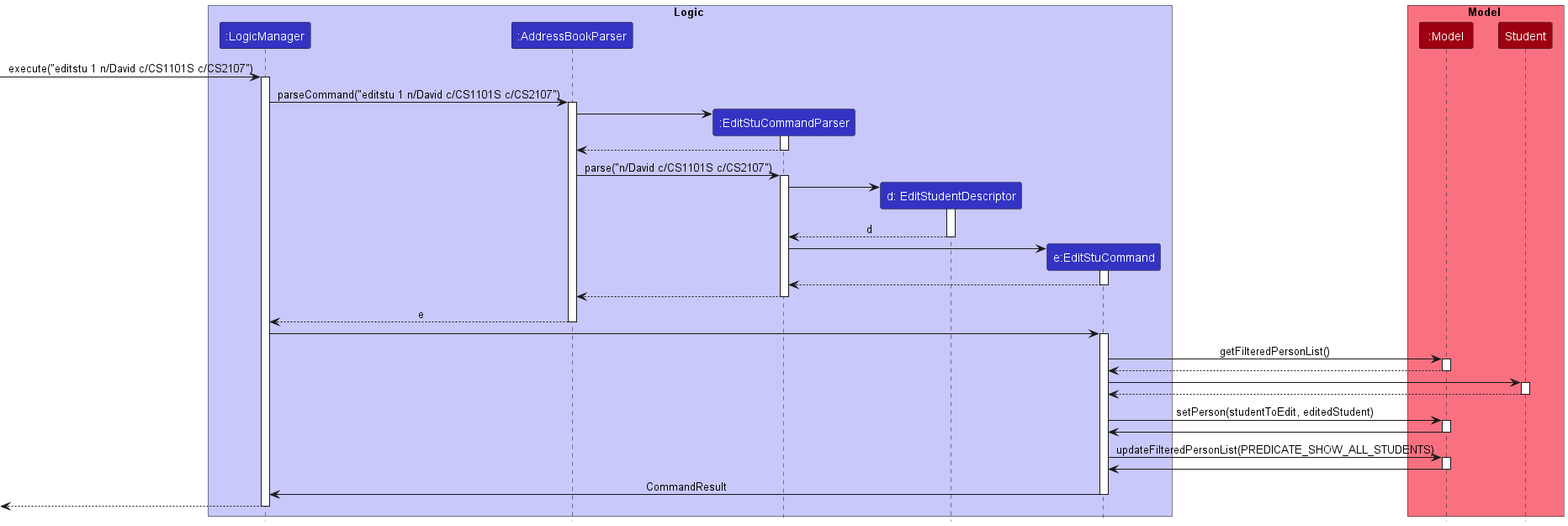
Before: docs/images/EditStuCommandSequenceDiagram.png, a diagram exported from PlantUML (nus-cs2103-AY2223S1/tp).
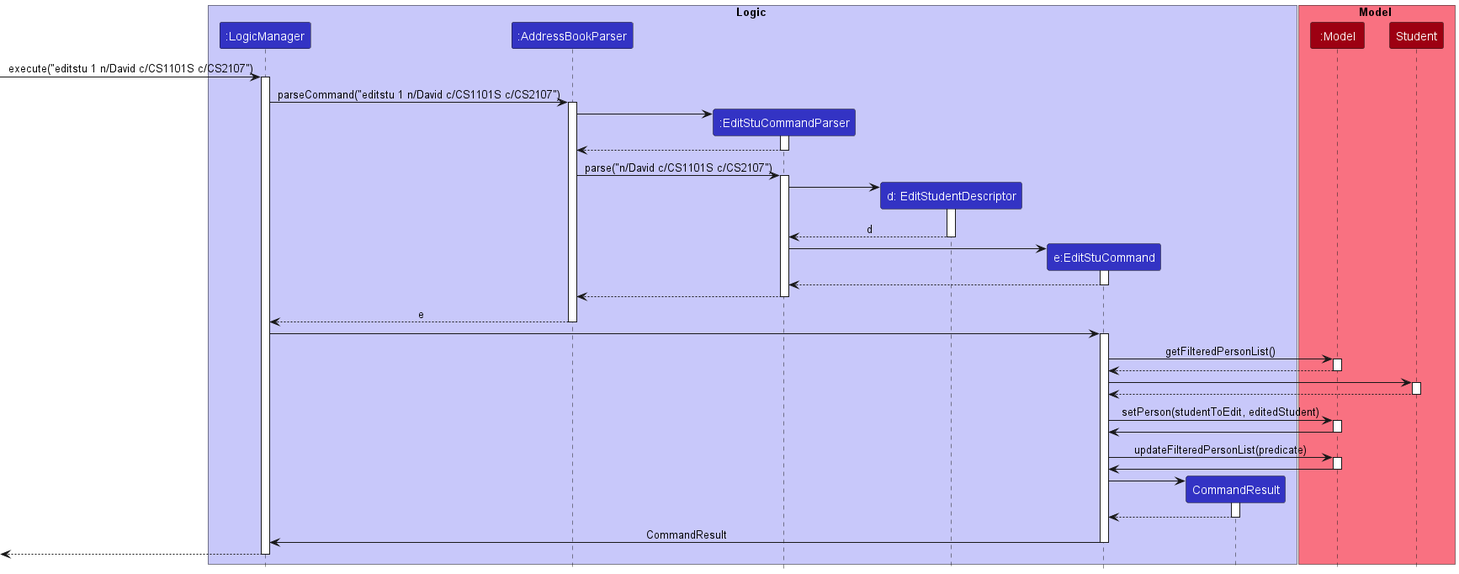
After the commit.

Change to the diagram source:
```diff
@@ -7,6 +7,7 @@
 participant ":EditStuCommandParser" as EditStuCommandParser LOGIC_COLOR
 participant "d: EditStudentDescriptor" as EditStudentDescriptor LOGIC_COLOR
 participant "e:EditStuCommand" as EditStuCommand LOGIC_COLOR
+participant "CommandResult" as CommandResult LOGIC_COLOR
 end box
 
 box Model MODEL_COLOR_T1
@@ -72,11 +73,18 @@
 Model -> EditStuCommand
 deactivate Model
 
-EditStuCommand -> Model : updateFilteredPersonList(PREDICATE_SHOW_ALL_STUDENTS)
+EditStuCommand -> Model : updateFilteredPersonList(predicate)
 activate Model
 
 Model -> EditStuCommand
 deactivate Model
+
+create CommandResult
+EditStuCommand -> CommandResult
+activate CommandResult
+
+CommandResult --> EditStuCommand
+deactivate CommandResult
 
 EditStuCommand -> LogicManager : CommandResult
 deactivate EditStuCommand
```
